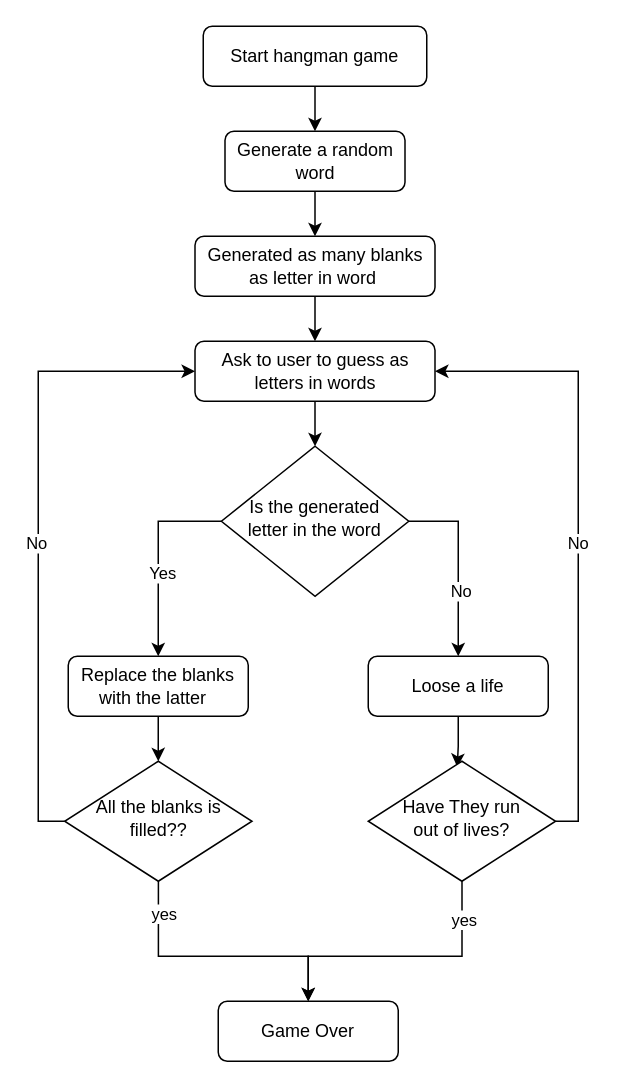
ich-devopps/diagrams keeps this draw.io diagram as hang_man.drawio. Above is the earlier version. Source tidied: cells renumbered, new cells numbered last; positions are measured from the earlier drawing's top-left corner, leaving out a move shared by most shapes. Both pictures are drawn from the tidied source at 150%, with x=0, y=0 at pixel (38, 26).
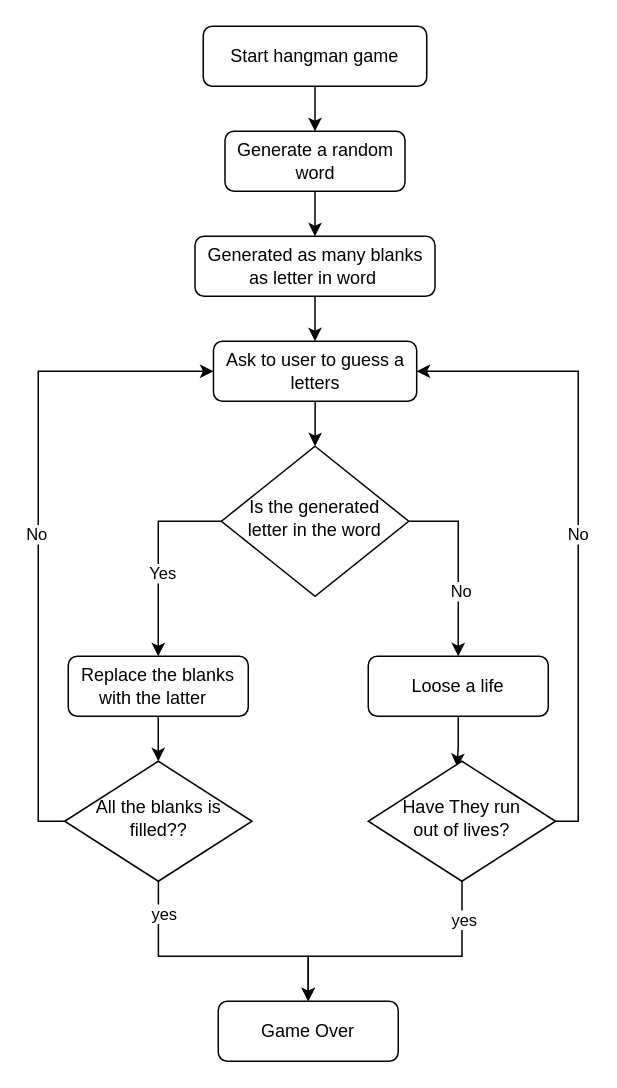
Above is the later version.

The edit, as a diff of the source:
```diff
@@
-    <mxCell id="16" value="Ask to user to guess as letters in words" style="rounded=1;whiteSpace=wrap;html=1;fontSize=12;glass=0;strokeWidth=1;shadow=0;" parent="1" vertex="1">
-      <mxGeometry x="104.5" y="210" width="160" height="40" as="geometry" />
+    <mxCell id="16" value="Ask to user to guess a letters" style="rounded=1;whiteSpace=wrap;html=1;fontSize=12;glass=0;strokeWidth=1;shadow=0;" parent="1" vertex="1">
+      <mxGeometry x="116.8" y="210" width="135.5" height="40" as="geometry" />
     </mxCell>
```
